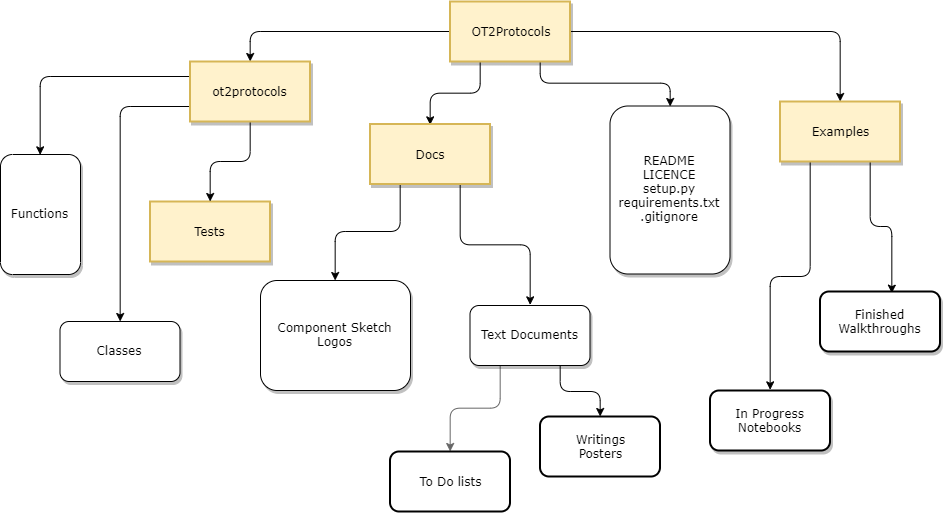
pozzo-research-group/OLD-OT2Protocols keeps this draw.io diagram as Docs/ot2shablona.png. Above is the earlier version. Source tidied: cells renumbered, new cells last; positions are measured from the earlier drawing's top-left corner, leaving out a move shared by most shapes. Its diagram source:
```xml
<mxGraphModel background="#ffffff">
  <root>
    <mxCell id="0" />
    <mxCell id="1" parent="0" />
    <mxCell id="2" style="edgeStyle=orthogonalEdgeStyle;rounded=1;jettySize=auto;html=1;exitX=1;exitY=0.5;exitDx=0;exitDy=0;entryX=0.5;entryY=0;entryDx=0;entryDy=0;" parent="1" edge="1" source="6" target="10">
      <mxGeometry relative="1" as="geometry" />
    </mxCell>
    <mxCell id="3" style="edgeStyle=orthogonalEdgeStyle;rounded=1;jettySize=auto;html=1;exitX=0.25;exitY=1;exitDx=0;exitDy=0;entryX=0.5;entryY=0;entryDx=0;entryDy=0;" parent="1" edge="1" source="6" target="14">
      <mxGeometry relative="1" as="geometry" />
    </mxCell>
    <mxCell id="4" style="edgeStyle=orthogonalEdgeStyle;rounded=1;jettySize=auto;html=1;exitX=0.75;exitY=1;exitDx=0;exitDy=0;entryX=0.5;entryY=0;entryDx=0;entryDy=0;" parent="1" edge="1" source="6" target="26">
      <mxGeometry relative="1" as="geometry" />
    </mxCell>
    <mxCell id="5" style="edgeStyle=orthogonalEdgeStyle;rounded=1;comic=0;jettySize=auto;html=1;exitX=0;exitY=0.5;exitDx=0;exitDy=0;entryX=0.5;entryY=0;entryDx=0;entryDy=0;shadow=0;" parent="1" edge="1" source="6" target="25">
      <mxGeometry relative="1" as="geometry" />
    </mxCell>
    <mxCell id="6" value="OT2Protocols" style="whiteSpace=wrap;html=1;rounded=0;shadow=1;labelBackgroundColor=none;strokeColor=#d6b656;strokeWidth=2;fillColor=#fff2cc;fontFamily=Verdana;fontSize=12;align=center;" parent="1" vertex="1">
      <mxGeometry x="449.5" width="120" height="60" as="geometry" />
    </mxCell>
    <mxCell id="7" value="&lt;span&gt;Tests&lt;br&gt;&lt;/span&gt;" style="whiteSpace=wrap;html=1;rounded=0;shadow=1;labelBackgroundColor=none;strokeColor=#d6b656;strokeWidth=2;fillColor=#fff2cc;fontFamily=Verdana;fontSize=12;align=center;glass=0;" parent="1" vertex="1">
      <mxGeometry x="149.5" y="200" width="120" height="60" as="geometry" />
    </mxCell>
    <mxCell id="8" style="edgeStyle=orthogonalEdgeStyle;jettySize=auto;html=1;exitX=0.75;exitY=1;exitDx=0;exitDy=0;entryX=0.597;entryY=0.039;entryDx=0;entryDy=0;entryPerimeter=0;rounded=1;" parent="1" edge="1" source="10" target="16">
      <mxGeometry relative="1" as="geometry" />
    </mxCell>
    <mxCell id="9" style="edgeStyle=orthogonalEdgeStyle;rounded=1;jettySize=auto;html=1;exitX=0.25;exitY=1;exitDx=0;exitDy=0;entryX=0.5;entryY=0;entryDx=0;entryDy=0;" parent="1" edge="1" source="10" target="15">
      <mxGeometry relative="1" as="geometry" />
    </mxCell>
    <mxCell id="10" value="&lt;span&gt;Examples&lt;/span&gt;" style="whiteSpace=wrap;html=1;rounded=0;shadow=1;labelBackgroundColor=none;strokeColor=#d6b656;strokeWidth=2;fillColor=#fff2cc;fontFamily=Verdana;fontSize=12;align=center;" parent="1" vertex="1">
      <mxGeometry x="779.5" y="100" width="120" height="60" as="geometry" />
    </mxCell>
    <mxCell id="11" value="&lt;span&gt;Functions&lt;br&gt;&lt;/span&gt;" style="whiteSpace=wrap;html=1;rounded=1;shadow=1;labelBackgroundColor=none;strokeColor=#000000;strokeWidth=1;fillColor=#ffffff;fontFamily=Verdana;fontSize=12;fontColor=#000000;align=center;direction=south;" parent="1" vertex="1">
      <mxGeometry y="153" width="80" height="120" as="geometry" />
    </mxCell>
    <mxCell id="12" style="edgeStyle=orthogonalEdgeStyle;rounded=1;jettySize=auto;html=1;exitX=0.25;exitY=1;exitDx=0;exitDy=0;" parent="1" edge="1" source="14" target="27">
      <mxGeometry relative="1" as="geometry" />
    </mxCell>
    <mxCell id="13" style="edgeStyle=orthogonalEdgeStyle;rounded=1;jettySize=auto;html=1;exitX=0.75;exitY=1;exitDx=0;exitDy=0;entryX=0.5;entryY=0;entryDx=0;entryDy=0;" parent="1" edge="1" source="14" target="20">
      <mxGeometry relative="1" as="geometry" />
    </mxCell>
    <mxCell id="14" value="&lt;span&gt;Docs&lt;/span&gt;" style="whiteSpace=wrap;html=1;rounded=0;shadow=1;labelBackgroundColor=none;strokeColor=#d6b656;strokeWidth=2;fillColor=#fff2cc;fontFamily=Verdana;fontSize=12;align=center;" parent="1" vertex="1">
      <mxGeometry x="369.5" y="122.5" width="120" height="60" as="geometry" />
    </mxCell>
    <mxCell id="15" value="In Progress Notebooks" style="whiteSpace=wrap;html=1;rounded=1;shadow=1;labelBackgroundColor=none;strokeColor=#000000;strokeWidth=2;fillColor=#ffffff;fontFamily=Verdana;fontSize=12;fontColor=#000000;align=center;" parent="1" vertex="1">
      <mxGeometry x="709.5" y="389" width="120" height="60" as="geometry" />
    </mxCell>
    <mxCell id="16" value="&lt;span&gt;Finished Walkthroughs&lt;/span&gt;" style="whiteSpace=wrap;html=1;rounded=1;shadow=1;labelBackgroundColor=none;strokeColor=#000000;strokeWidth=2;fillColor=#ffffff;fontFamily=Verdana;fontSize=12;fontColor=#000000;align=center;" parent="1" vertex="1">
      <mxGeometry x="819.5" y="290" width="120" height="60" as="geometry" />
    </mxCell>
    <mxCell id="17" value="&lt;span&gt;Classes&lt;br&gt;&lt;/span&gt;" style="whiteSpace=wrap;html=1;rounded=1;shadow=1;labelBackgroundColor=none;strokeColor=#000000;strokeWidth=1;fillColor=#ffffff;fontFamily=Verdana;fontSize=12;fontColor=#000000;align=center;" parent="1" vertex="1">
      <mxGeometry x="59.5" y="320" width="120" height="60" as="geometry" />
    </mxCell>
    <mxCell id="18" style="edgeStyle=orthogonalEdgeStyle;jettySize=auto;html=1;exitX=0.25;exitY=1;exitDx=0;exitDy=0;shadow=0;comic=0;fillColor=#f5f5f5;strokeColor=#666666;rounded=1;" parent="1" edge="1" source="20" target="21">
      <mxGeometry relative="1" as="geometry" />
    </mxCell>
    <mxCell id="19" style="edgeStyle=orthogonalEdgeStyle;rounded=1;comic=0;jettySize=auto;html=1;exitX=0.75;exitY=1;exitDx=0;exitDy=0;shadow=0;strokeWidth=1;" parent="1" edge="1" source="20" target="28">
      <mxGeometry relative="1" as="geometry" />
    </mxCell>
    <mxCell id="20" value="&lt;span&gt;Text Documents&lt;/span&gt;" style="whiteSpace=wrap;html=1;rounded=1;shadow=1;labelBackgroundColor=none;strokeColor=#000000;strokeWidth=1;fillColor=#ffffff;fontFamily=Verdana;fontSize=12;fontColor=#000000;align=center;" parent="1" vertex="1">
      <mxGeometry x="469.5" y="304" width="120" height="60" as="geometry" />
    </mxCell>
    <mxCell id="21" value="&lt;span&gt;To Do lists&lt;/span&gt;" style="whiteSpace=wrap;html=1;rounded=1;shadow=0;labelBackgroundColor=none;strokeColor=#000000;strokeWidth=2;fillColor=#ffffff;fontFamily=Verdana;fontSize=12;fontColor=#000000;align=center;comic=0;" parent="1" vertex="1">
      <mxGeometry x="389.5" y="450" width="120" height="60" as="geometry" />
    </mxCell>
    <mxCell id="22" style="edgeStyle=orthogonalEdgeStyle;rounded=1;comic=0;jettySize=auto;html=1;exitX=0;exitY=0.25;exitDx=0;exitDy=0;entryX=0;entryY=0.5;entryDx=0;entryDy=0;shadow=0;" parent="1" edge="1" source="25" target="11">
      <mxGeometry relative="1" as="geometry" />
    </mxCell>
    <mxCell id="23" style="edgeStyle=orthogonalEdgeStyle;rounded=1;comic=0;jettySize=auto;html=1;exitX=0;exitY=0.75;exitDx=0;exitDy=0;entryX=0.5;entryY=0;entryDx=0;entryDy=0;shadow=0;" parent="1" edge="1" source="25" target="17">
      <mxGeometry relative="1" as="geometry" />
    </mxCell>
    <mxCell id="24" style="edgeStyle=orthogonalEdgeStyle;rounded=1;comic=0;jettySize=auto;html=1;exitX=0.5;exitY=1;exitDx=0;exitDy=0;entryX=0.5;entryY=0;entryDx=0;entryDy=0;shadow=0;" parent="1" edge="1" source="25" target="7">
      <mxGeometry relative="1" as="geometry" />
    </mxCell>
    <mxCell id="25" value="ot2protocols" style="whiteSpace=wrap;html=1;rounded=0;shadow=1;labelBackgroundColor=none;strokeColor=#d6b656;strokeWidth=2;fillColor=#fff2cc;fontFamily=Verdana;fontSize=12;align=center;" parent="1" vertex="1">
      <mxGeometry x="189.5" y="60" width="120" height="60" as="geometry" />
    </mxCell>
    <mxCell id="26" value="README&lt;br&gt;LICENCE&lt;br&gt;setup.py&lt;br&gt;requirements.txt&lt;br&gt;.gitignore" style="whiteSpace=wrap;html=1;rounded=1;shadow=1;labelBackgroundColor=none;strokeColor=#000000;strokeWidth=1;fillColor=#ffffff;fontFamily=Verdana;fontSize=12;fontColor=#000000;align=center;" parent="1" vertex="1">
      <mxGeometry x="609.5" y="104.5" width="120" height="168" as="geometry" />
    </mxCell>
    <mxCell id="27" value="&lt;span&gt;Component Sketch&lt;br&gt;Logos&lt;br&gt;&lt;/span&gt;" style="whiteSpace=wrap;html=1;rounded=1;shadow=1;labelBackgroundColor=none;strokeColor=#000000;strokeWidth=1;fillColor=#ffffff;fontFamily=Verdana;fontSize=12;fontColor=#000000;align=center;" parent="1" vertex="1">
      <mxGeometry x="260" y="279" width="150" height="110" as="geometry" />
    </mxCell>
    <mxCell id="28" value="&lt;span&gt;Writings&lt;br&gt;Posters&lt;br&gt;&lt;/span&gt;" style="whiteSpace=wrap;html=1;rounded=1;shadow=0;labelBackgroundColor=none;strokeColor=#000000;strokeWidth=2;fillColor=#ffffff;fontFamily=Verdana;fontSize=12;fontColor=#000000;align=center;comic=0;" parent="1" vertex="1">
      <mxGeometry x="539.5" y="415" width="120" height="60" as="geometry" />
    </mxCell>
  </root>
</mxGraphModel>
```
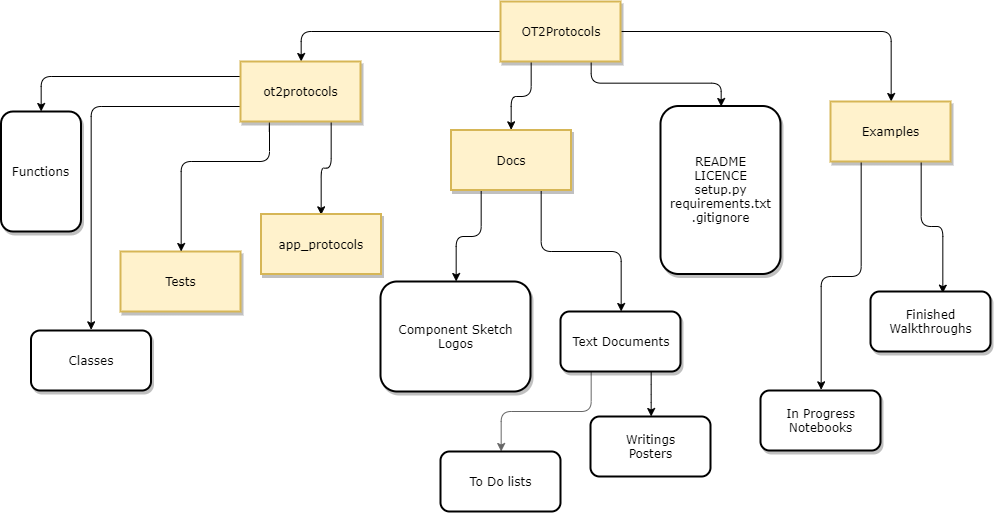
The same diagram one commit later.

Commit message:
added the protocol folder for .py files that can be directly uploaded to the OT app, leaving the ot2protocol folder for classes and functions specifically. updated the shablona layout to reflect that

The edit, as a diff of the source:
```diff
@@ -18,7 +18,7 @@
       <mxGeometry x="449.5" width="120" height="60" as="geometry" />
     </mxCell>
     <mxCell id="7" value="&lt;span&gt;Tests&lt;br&gt;&lt;/span&gt;" style="whiteSpace=wrap;html=1;rounded=0;shadow=1;labelBackgroundColor=none;strokeColor=#d6b656;strokeWidth=2;fillColor=#fff2cc;fontFamily=Verdana;fontSize=12;align=center;glass=0;" parent="1" vertex="1">
-      <mxGeometry x="149.5" y="200" width="120" height="60" as="geometry" />
+      <mxGeometry x="69.5" y="250" width="120" height="60" as="geometry" />
     </mxCell>
     <mxCell id="8" style="edgeStyle=orthogonalEdgeStyle;jettySize=auto;html=1;exitX=0.75;exitY=1;exitDx=0;exitDy=0;entryX=0.597;entryY=0.039;entryDx=0;entryDy=0;entryPerimeter=0;rounded=1;" parent="1" edge="1" source="10" target="16">
       <mxGeometry relative="1" as="geometry" />
@@ -29,8 +29,8 @@
     <mxCell id="10" value="&lt;span&gt;Examples&lt;/span&gt;" style="whiteSpace=wrap;html=1;rounded=0;shadow=1;labelBackgroundColor=none;strokeColor=#d6b656;strokeWidth=2;fillColor=#fff2cc;fontFamily=Verdana;fontSize=12;align=center;" parent="1" vertex="1">
       <mxGeometry x="779.5" y="100" width="120" height="60" as="geometry" />
     </mxCell>
-    <mxCell id="11" value="&lt;span&gt;Functions&lt;br&gt;&lt;/span&gt;" style="whiteSpace=wrap;html=1;rounded=1;shadow=1;labelBackgroundColor=none;strokeColor=#000000;strokeWidth=1;fillColor=#ffffff;fontFamily=Verdana;fontSize=12;fontColor=#000000;align=center;direction=south;" parent="1" vertex="1">
-      <mxGeometry y="153" width="80" height="120" as="geometry" />
+    <mxCell id="11" value="&lt;span&gt;Functions&lt;br&gt;&lt;/span&gt;" style="whiteSpace=wrap;html=1;rounded=1;shadow=1;labelBackgroundColor=none;strokeColor=#000000;strokeWidth=2;fillColor=#ffffff;fontFamily=Verdana;fontSize=12;fontColor=#000000;align=center;direction=south;" parent="1" vertex="1">
+      <mxGeometry x="-50" y="110" width="80" height="120" as="geometry" />
     </mxCell>
     <mxCell id="12" style="edgeStyle=orthogonalEdgeStyle;rounded=1;jettySize=auto;html=1;exitX=0.25;exitY=1;exitDx=0;exitDy=0;" parent="1" edge="1" source="14" target="27">
       <mxGeometry relative="1" as="geometry" />
@@ -39,7 +39,7 @@
       <mxGeometry relative="1" as="geometry" />
     </mxCell>
     <mxCell id="14" value="&lt;span&gt;Docs&lt;/span&gt;" style="whiteSpace=wrap;html=1;rounded=0;shadow=1;labelBackgroundColor=none;strokeColor=#d6b656;strokeWidth=2;fillColor=#fff2cc;fontFamily=Verdana;fontSize=12;align=center;" parent="1" vertex="1">
-      <mxGeometry x="369.5" y="122.5" width="120" height="60" as="geometry" />
+      <mxGeometry x="400" y="128.5" width="120" height="60" as="geometry" />
     </mxCell>
     <mxCell id="15" value="In Progress Notebooks" style="whiteSpace=wrap;html=1;rounded=1;shadow=1;labelBackgroundColor=none;strokeColor=#000000;strokeWidth=2;fillColor=#ffffff;fontFamily=Verdana;fontSize=12;fontColor=#000000;align=center;" parent="1" vertex="1">
       <mxGeometry x="709.5" y="389" width="120" height="60" as="geometry" />
@@ -47,8 +47,8 @@
     <mxCell id="16" value="&lt;span&gt;Finished Walkthroughs&lt;/span&gt;" style="whiteSpace=wrap;html=1;rounded=1;shadow=1;labelBackgroundColor=none;strokeColor=#000000;strokeWidth=2;fillColor=#ffffff;fontFamily=Verdana;fontSize=12;fontColor=#000000;align=center;" parent="1" vertex="1">
       <mxGeometry x="819.5" y="290" width="120" height="60" as="geometry" />
     </mxCell>
-    <mxCell id="17" value="&lt;span&gt;Classes&lt;br&gt;&lt;/span&gt;" style="whiteSpace=wrap;html=1;rounded=1;shadow=1;labelBackgroundColor=none;strokeColor=#000000;strokeWidth=1;fillColor=#ffffff;fontFamily=Verdana;fontSize=12;fontColor=#000000;align=center;" parent="1" vertex="1">
-      <mxGeometry x="59.5" y="320" width="120" height="60" as="geometry" />
+    <mxCell id="17" value="&lt;span&gt;Classes&lt;br&gt;&lt;/span&gt;" style="whiteSpace=wrap;html=1;rounded=1;shadow=1;labelBackgroundColor=none;strokeColor=#000000;strokeWidth=2;fillColor=#ffffff;fontFamily=Verdana;fontSize=12;fontColor=#000000;align=center;" parent="1" vertex="1">
+      <mxGeometry x="-20" y="329" width="120" height="60" as="geometry" />
     </mxCell>
     <mxCell id="18" style="edgeStyle=orthogonalEdgeStyle;jettySize=auto;html=1;exitX=0.25;exitY=1;exitDx=0;exitDy=0;shadow=0;comic=0;fillColor=#f5f5f5;strokeColor=#666666;rounded=1;" parent="1" edge="1" source="20" target="21">
       <mxGeometry relative="1" as="geometry" />
@@ -56,8 +56,8 @@
     <mxCell id="19" style="edgeStyle=orthogonalEdgeStyle;rounded=1;comic=0;jettySize=auto;html=1;exitX=0.75;exitY=1;exitDx=0;exitDy=0;shadow=0;strokeWidth=1;" parent="1" edge="1" source="20" target="28">
       <mxGeometry relative="1" as="geometry" />
     </mxCell>
-    <mxCell id="20" value="&lt;span&gt;Text Documents&lt;/span&gt;" style="whiteSpace=wrap;html=1;rounded=1;shadow=1;labelBackgroundColor=none;strokeColor=#000000;strokeWidth=1;fillColor=#ffffff;fontFamily=Verdana;fontSize=12;fontColor=#000000;align=center;" parent="1" vertex="1">
-      <mxGeometry x="469.5" y="304" width="120" height="60" as="geometry" />
+    <mxCell id="20" value="&lt;span&gt;Text Documents&lt;/span&gt;" style="whiteSpace=wrap;html=1;rounded=1;shadow=1;labelBackgroundColor=none;strokeColor=#000000;strokeWidth=2;fillColor=#ffffff;fontFamily=Verdana;fontSize=12;fontColor=#000000;align=center;" parent="1" vertex="1">
+      <mxGeometry x="509.5" y="310" width="120" height="60" as="geometry" />
     </mxCell>
     <mxCell id="21" value="&lt;span&gt;To Do lists&lt;/span&gt;" style="whiteSpace=wrap;html=1;rounded=1;shadow=0;labelBackgroundColor=none;strokeColor=#000000;strokeWidth=2;fillColor=#ffffff;fontFamily=Verdana;fontSize=12;fontColor=#000000;align=center;comic=0;" parent="1" vertex="1">
       <mxGeometry x="389.5" y="450" width="120" height="60" as="geometry" />
@@ -68,20 +68,31 @@
     <mxCell id="23" style="edgeStyle=orthogonalEdgeStyle;rounded=1;comic=0;jettySize=auto;html=1;exitX=0;exitY=0.75;exitDx=0;exitDy=0;entryX=0.5;entryY=0;entryDx=0;entryDy=0;shadow=0;" parent="1" edge="1" source="25" target="17">
       <mxGeometry relative="1" as="geometry" />
     </mxCell>
-    <mxCell id="24" style="edgeStyle=orthogonalEdgeStyle;rounded=1;comic=0;jettySize=auto;html=1;exitX=0.5;exitY=1;exitDx=0;exitDy=0;entryX=0.5;entryY=0;entryDx=0;entryDy=0;shadow=0;" parent="1" edge="1" source="25" target="7">
-      <mxGeometry relative="1" as="geometry" />
+    <mxCell id="24" style="edgeStyle=orthogonalEdgeStyle;rounded=1;jettySize=auto;html=1;exitX=0.25;exitY=1;exitDx=0;exitDy=0;entryX=0.5;entryY=0;entryDx=0;entryDy=0;strokeColor=#000000;" parent="1" edge="1" source="25" target="7">
+      <mxGeometry relative="1" as="geometry">
+        <Array as="points">
+          <mxPoint x="219" y="160" />
+          <mxPoint x="130" y="160" />
+        </Array>
+      </mxGeometry>
     </mxCell>
+    <mxCell id="29" style="edgeStyle=orthogonalEdgeStyle;rounded=1;jettySize=auto;html=1;exitX=0.75;exitY=1;exitDx=0;exitDy=0;entryX=0.5;entryY=0;entryDx=0;entryDy=0;" parent="1" edge="1" source="25" target="30">
+      <mxGeometry relative="1" as="geometry" />
+    </mxCell>
     <mxCell id="25" value="ot2protocols" style="whiteSpace=wrap;html=1;rounded=0;shadow=1;labelBackgroundColor=none;strokeColor=#d6b656;strokeWidth=2;fillColor=#fff2cc;fontFamily=Verdana;fontSize=12;align=center;" parent="1" vertex="1">
       <mxGeometry x="189.5" y="60" width="120" height="60" as="geometry" />
     </mxCell>
-    <mxCell id="26" value="README&lt;br&gt;LICENCE&lt;br&gt;setup.py&lt;br&gt;requirements.txt&lt;br&gt;.gitignore" style="whiteSpace=wrap;html=1;rounded=1;shadow=1;labelBackgroundColor=none;strokeColor=#000000;strokeWidth=1;fillColor=#ffffff;fontFamily=Verdana;fontSize=12;fontColor=#000000;align=center;" parent="1" vertex="1">
+    <mxCell id="26" value="README&lt;br&gt;LICENCE&lt;br&gt;setup.py&lt;br&gt;requirements.txt&lt;br&gt;.gitignore" style="whiteSpace=wrap;html=1;rounded=1;shadow=1;labelBackgroundColor=none;strokeColor=#000000;strokeWidth=2;fillColor=#ffffff;fontFamily=Verdana;fontSize=12;fontColor=#000000;align=center;" parent="1" vertex="1">
       <mxGeometry x="609.5" y="104.5" width="120" height="168" as="geometry" />
     </mxCell>
-    <mxCell id="27" value="&lt;span&gt;Component Sketch&lt;br&gt;Logos&lt;br&gt;&lt;/span&gt;" style="whiteSpace=wrap;html=1;rounded=1;shadow=1;labelBackgroundColor=none;strokeColor=#000000;strokeWidth=1;fillColor=#ffffff;fontFamily=Verdana;fontSize=12;fontColor=#000000;align=center;" parent="1" vertex="1">
-      <mxGeometry x="260" y="279" width="150" height="110" as="geometry" />
+    <mxCell id="27" value="&lt;span&gt;Component Sketch&lt;br&gt;Logos&lt;br&gt;&lt;/span&gt;" style="whiteSpace=wrap;html=1;rounded=1;shadow=1;labelBackgroundColor=none;strokeColor=#000000;strokeWidth=2;fillColor=#ffffff;fontFamily=Verdana;fontSize=12;fontColor=#000000;align=center;" parent="1" vertex="1">
+      <mxGeometry x="329.5" y="280" width="150" height="110" as="geometry" />
     </mxCell>
     <mxCell id="28" value="&lt;span&gt;Writings&lt;br&gt;Posters&lt;br&gt;&lt;/span&gt;" style="whiteSpace=wrap;html=1;rounded=1;shadow=0;labelBackgroundColor=none;strokeColor=#000000;strokeWidth=2;fillColor=#ffffff;fontFamily=Verdana;fontSize=12;fontColor=#000000;align=center;comic=0;" parent="1" vertex="1">
       <mxGeometry x="539.5" y="415" width="120" height="60" as="geometry" />
     </mxCell>
+    <mxCell id="30" value="&lt;span&gt;app_protocols&lt;br&gt;&lt;/span&gt;" style="whiteSpace=wrap;html=1;rounded=0;shadow=1;labelBackgroundColor=none;strokeColor=#d6b656;strokeWidth=2;fillColor=#fff2cc;fontFamily=Verdana;fontSize=12;align=center;glass=0;" parent="1" vertex="1">
+      <mxGeometry x="210" y="212.5" width="120" height="60" as="geometry" />
+    </mxCell>
   </root>
 </mxGraphModel>
```
